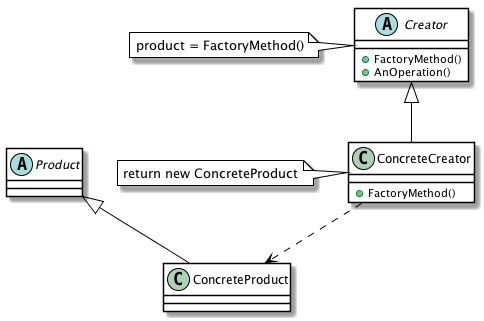
This is docs/Diagrams/UML/DesignPatterns/FactoryMethod.png from wyrover/Switch, a PlantUML export, as it was before one commit.
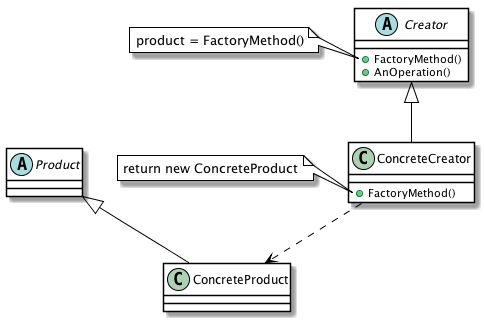
The same diagram one commit later.

Diff of the diagram source:
```diff
@@ -15,7 +15,7 @@
   +AnOperation()
 }
 
-note left
+note left of Creator::FactoryMethod
   product = FactoryMethod()
 end note
 
@@ -23,7 +23,7 @@
   +FactoryMethod()
 }
 
-note left
+note left of ConcreteCreator::FactoryMethod
   return new ConcreteProduct
 end note
 
```
